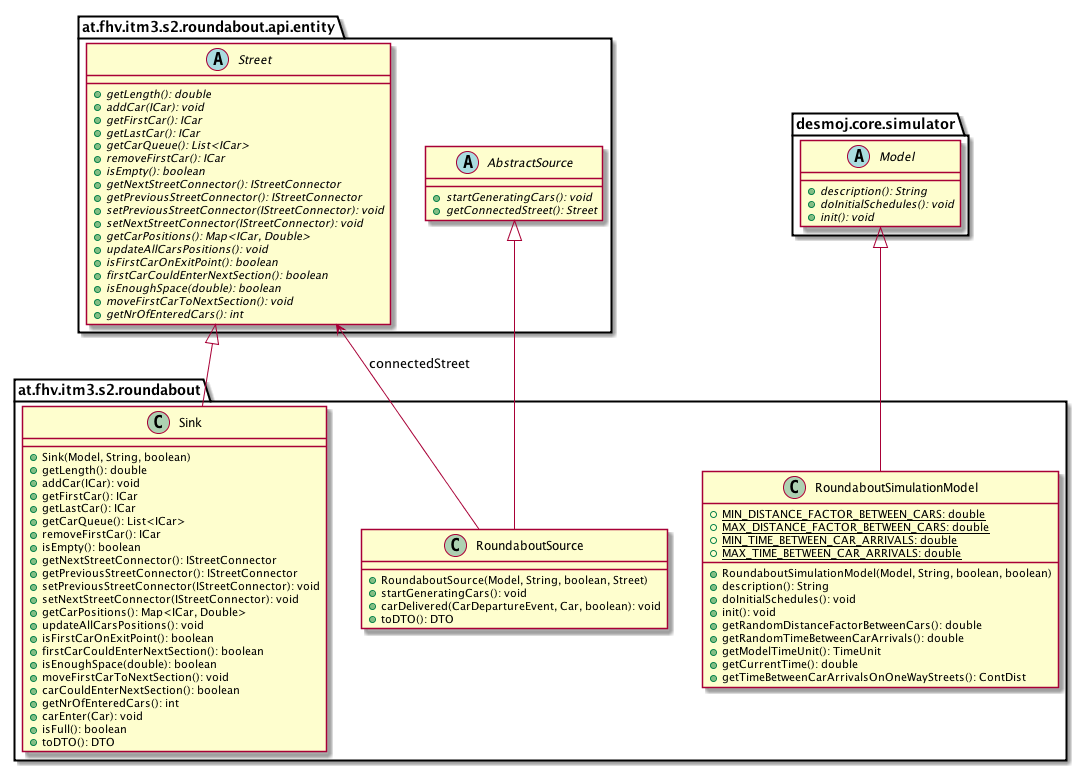
This is images/uml-class/at.fhv.itm3.s2.roundabout.package.png from sereGkaluv/Roundabout-Simulation-Library, a PlantUML export, as it was before one commit.
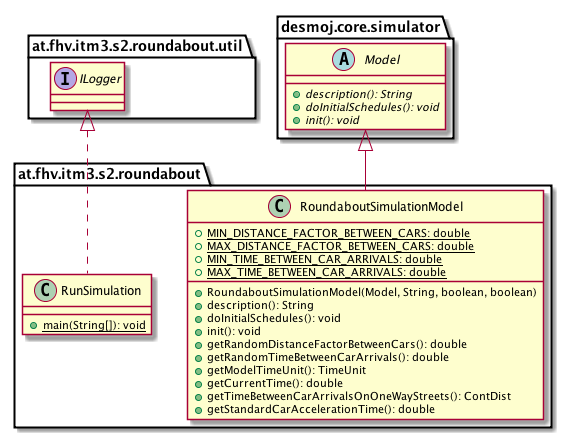
Above is the later version.

What changed in the source:
```diff
@@ -1,6 +1,10 @@
 @startuml
 
     namespace at.fhv.itm3.s2.roundabout {
+
+        class RunSimulation [[../../../../../at/fhv/itm3/s2/roundabout/RunSimulation.html]] {
+            {static} +main(String[]): void
+        }
 
         class RoundaboutSimulationModel [[../../../../../at/fhv/itm3/s2/roundabout/RoundaboutSimulationModel.html]] {
             {static} +MIN_DISTANCE_FACTOR_BETWEEN_CARS: double
@@ -16,40 +20,11 @@
             +getModelTimeUnit(): TimeUnit
             +getCurrentTime(): double
             +getTimeBetweenCarArrivalsOnOneWayStreets(): ContDist
+            +getStandardCarAccelerationTime(): double
         }
 
-        class Sink [[../../../../../at/fhv/itm3/s2/roundabout/Sink.html]] {
-            +Sink(Model, String, boolean)
-            +getLength(): double
-            +addCar(ICar): void
-            +getFirstCar(): ICar
-            +getLastCar(): ICar
-            +getCarQueue(): List<ICar>
-            +removeFirstCar(): ICar
-            +isEmpty(): boolean
-            +getNextStreetConnector(): IStreetConnector
-            +getPreviousStreetConnector(): IStreetConnector
-            +setPreviousStreetConnector(IStreetConnector): void
-            +setNextStreetConnector(IStreetConnector): void
-            +getCarPositions(): Map<ICar, Double>
-            +updateAllCarsPositions(): void
-            +isFirstCarOnExitPoint(): boolean
-            +firstCarCouldEnterNextSection(): boolean
-            +isEnoughSpace(double): boolean
-            +moveFirstCarToNextSection(): void
-            +carCouldEnterNextSection(): boolean
-            +getNrOfEnteredCars(): int
-            +carEnter(Car): void
-            +isFull(): boolean
-            +toDTO(): DTO
-        }
-
-        class RoundaboutSource [[../../../../../at/fhv/itm3/s2/roundabout/RoundaboutSource.html]] {
-            +RoundaboutSource(Model, String, boolean, Street)
-            +startGeneratingCars(): void
-            +carDelivered(CarDepartureEvent, Car, boolean): void
-            +toDTO(): DTO
-        }
+        interface at.fhv.itm3.s2.roundabout.util.ILogger
+        at.fhv.itm3.s2.roundabout.util.ILogger <|.. RunSimulation
 
         abstract class desmoj.core.simulator.Model {
             {abstract} +description(): String
@@ -58,36 +33,6 @@
         }
         desmoj.core.simulator.Model <|-- RoundaboutSimulationModel
 
-        abstract class at.fhv.itm3.s2.roundabout.api.entity.Street {
-            {abstract} +getLength(): double
-            {abstract} +addCar(ICar): void
-            {abstract} +getFirstCar(): ICar
-            {abstract} +getLastCar(): ICar
-            {abstract} +getCarQueue(): List<ICar>
-            {abstract} +removeFirstCar(): ICar
-            {abstract} +isEmpty(): boolean
-            {abstract} +getNextStreetConnector(): IStreetConnector
-            {abstract} +getPreviousStreetConnector(): IStreetConnector
-            {abstract} +setPreviousStreetConnector(IStreetConnector): void
-            {abstract} +setNextStreetConnector(IStreetConnector): void
-            {abstract} +getCarPositions(): Map<ICar, Double>
-            {abstract} +updateAllCarsPositions(): void
-            {abstract} +isFirstCarOnExitPoint(): boolean
-            {abstract} +firstCarCouldEnterNextSection(): boolean
-            {abstract} +isEnoughSpace(double): boolean
-            {abstract} +moveFirstCarToNextSection(): void
-            {abstract} +getNrOfEnteredCars(): int
-        }
-        at.fhv.itm3.s2.roundabout.api.entity.Street <|-- Sink
-
-        abstract class at.fhv.itm3.s2.roundabout.api.entity.AbstractSource {
-            {abstract} +startGeneratingCars(): void
-            {abstract} +getConnectedStreet(): Street
-        }
-        at.fhv.itm3.s2.roundabout.api.entity.AbstractSource <|-- RoundaboutSource
-
-        RoundaboutSource --> at.fhv.itm3.s2.roundabout.api.entity.Street: connectedStreet
-
     }
 
 @enduml
```
